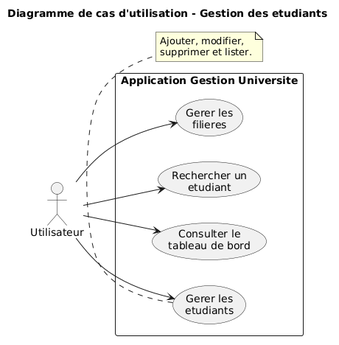
Earlier version of the PlantUML export docs/uml/images/use-case.png (mehdidabaj/app-etudiant). Its source is kept beside it as docs/uml/use-case.puml.
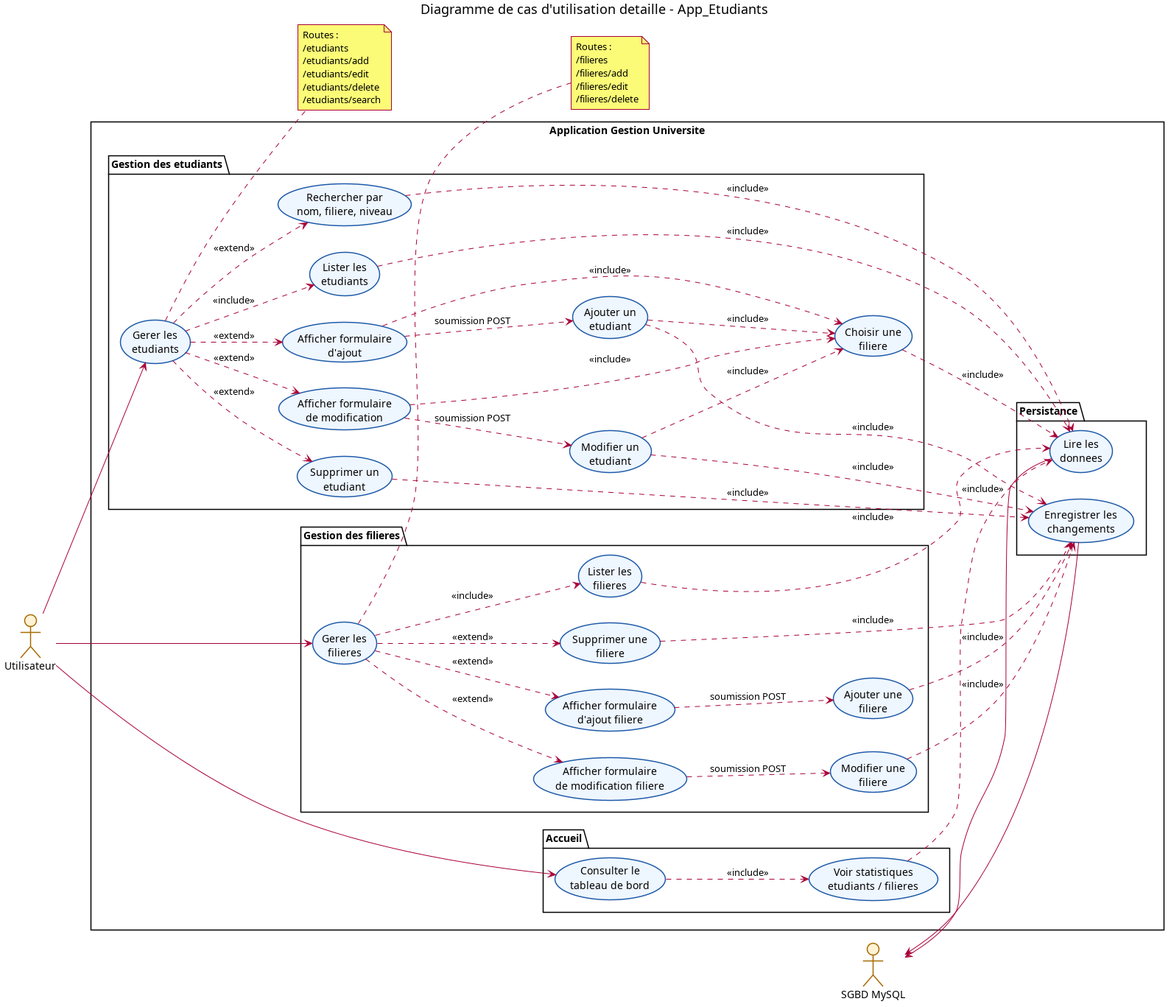
Above is the later version.

Change to the diagram source:
```diff
@@ -1,25 +1,111 @@
 @startuml
-title Diagramme de cas d'utilisation - Gestion des etudiants
+title Diagramme de cas d'utilisation detaille - App_Etudiants
 left to right direction
+skinparam packageStyle rectangle
 skinparam shadowing false
+skinparam usecase {
+  BackgroundColor #EEF6FF
+  BorderColor #1E5AA8
+}
+skinparam actor {
+  BackgroundColor #FFF3D6
+  BorderColor #A66A00
+}
 
 actor "Utilisateur" as Utilisateur
+actor "SGBD MySQL" as MySQL
 
 rectangle "Application Gestion Universite" {
-  usecase "Consulter le\ntableau de bord" as UC_Dashboard
-  usecase "Gerer les\netudiants" as UC_Etudiants
-  usecase "Rechercher un\netudiant" as UC_Recherche
-  usecase "Gerer les\nfilieres" as UC_Filieres
+  package "Accueil" {
+    usecase "Consulter le\ntableau de bord" as UC_Dashboard
+    usecase "Voir statistiques\netudiants / filieres" as UC_Stats
+  }
+
+  package "Gestion des etudiants" {
+    usecase "Gerer les\netudiants" as UC_GererEtudiants
+    usecase "Lister les\netudiants" as UC_ListerEtudiants
+    usecase "Rechercher par\nnom, filiere, niveau" as UC_RechercherEtudiants
+    usecase "Afficher formulaire\nd'ajout" as UC_FormAjoutEtudiant
+    usecase "Ajouter un\netudiant" as UC_AjouterEtudiant
+    usecase "Afficher formulaire\nde modification" as UC_FormEditEtudiant
+    usecase "Modifier un\netudiant" as UC_ModifierEtudiant
+    usecase "Supprimer un\netudiant" as UC_SupprimerEtudiant
+    usecase "Choisir une\nfiliere" as UC_ChoisirFiliere
+  }
+
+  package "Gestion des filieres" {
+    usecase "Gerer les\nfilieres" as UC_GererFilieres
+    usecase "Lister les\nfilieres" as UC_ListerFilieres
+    usecase "Afficher formulaire\nd'ajout filiere" as UC_FormAjoutFiliere
+    usecase "Ajouter une\nfiliere" as UC_AjouterFiliere
+    usecase "Afficher formulaire\nde modification filiere" as UC_FormEditFiliere
+    usecase "Modifier une\nfiliere" as UC_ModifierFiliere
+    usecase "Supprimer une\nfiliere" as UC_SupprimerFiliere
+  }
+
+  package "Persistance" {
+    usecase "Lire les\ndonnees" as UC_Lire
+    usecase "Enregistrer les\nchangements" as UC_Ecrire
+  }
 }
 
 Utilisateur --> UC_Dashboard
-Utilisateur --> UC_Etudiants
-Utilisateur --> UC_Recherche
-Utilisateur --> UC_Filieres
+Utilisateur --> UC_GererEtudiants
+Utilisateur --> UC_GererFilieres
 
-note bottom of UC_Etudiants
-  Ajouter, modifier,
-  supprimer et lister.
+UC_Dashboard ..> UC_Stats : <<include>>
+UC_Stats ..> UC_Lire : <<include>>
+
+UC_GererEtudiants ..> UC_ListerEtudiants : <<include>>
+UC_GererEtudiants ..> UC_RechercherEtudiants : <<extend>>
+UC_GererEtudiants ..> UC_FormAjoutEtudiant : <<extend>>
+UC_GererEtudiants ..> UC_FormEditEtudiant : <<extend>>
+UC_GererEtudiants ..> UC_SupprimerEtudiant : <<extend>>
+
+UC_FormAjoutEtudiant ..> UC_ChoisirFiliere : <<include>>
+UC_AjouterEtudiant ..> UC_ChoisirFiliere : <<include>>
+UC_FormEditEtudiant ..> UC_ChoisirFiliere : <<include>>
+UC_ModifierEtudiant ..> UC_ChoisirFiliere : <<include>>
+
+UC_FormAjoutEtudiant ..> UC_AjouterEtudiant : soumission POST
+UC_FormEditEtudiant ..> UC_ModifierEtudiant : soumission POST
+
+UC_ListerEtudiants ..> UC_Lire : <<include>>
+UC_RechercherEtudiants ..> UC_Lire : <<include>>
+UC_ChoisirFiliere ..> UC_Lire : <<include>>
+UC_AjouterEtudiant ..> UC_Ecrire : <<include>>
+UC_ModifierEtudiant ..> UC_Ecrire : <<include>>
+UC_SupprimerEtudiant ..> UC_Ecrire : <<include>>
+
+UC_GererFilieres ..> UC_ListerFilieres : <<include>>
+UC_GererFilieres ..> UC_FormAjoutFiliere : <<extend>>
+UC_GererFilieres ..> UC_FormEditFiliere : <<extend>>
+UC_GererFilieres ..> UC_SupprimerFiliere : <<extend>>
+UC_FormAjoutFiliere ..> UC_AjouterFiliere : soumission POST
+UC_FormEditFiliere ..> UC_ModifierFiliere : soumission POST
+
+UC_ListerFilieres ..> UC_Lire : <<include>>
+UC_AjouterFiliere ..> UC_Ecrire : <<include>>
+UC_ModifierFiliere ..> UC_Ecrire : <<include>>
+UC_SupprimerFiliere ..> UC_Ecrire : <<include>>
+
+MySQL <-- UC_Lire
+MySQL <-- UC_Ecrire
+
+note right of UC_GererEtudiants
+  Routes :
+  /etudiants
+  /etudiants/add
+  /etudiants/edit
+  /etudiants/delete
+  /etudiants/search
 end note
 
+note right of UC_GererFilieres
+  Routes :
+  /filieres
+  /filieres/add
+  /filieres/edit
+  /filieres/delete
+end note
 @enduml
```
